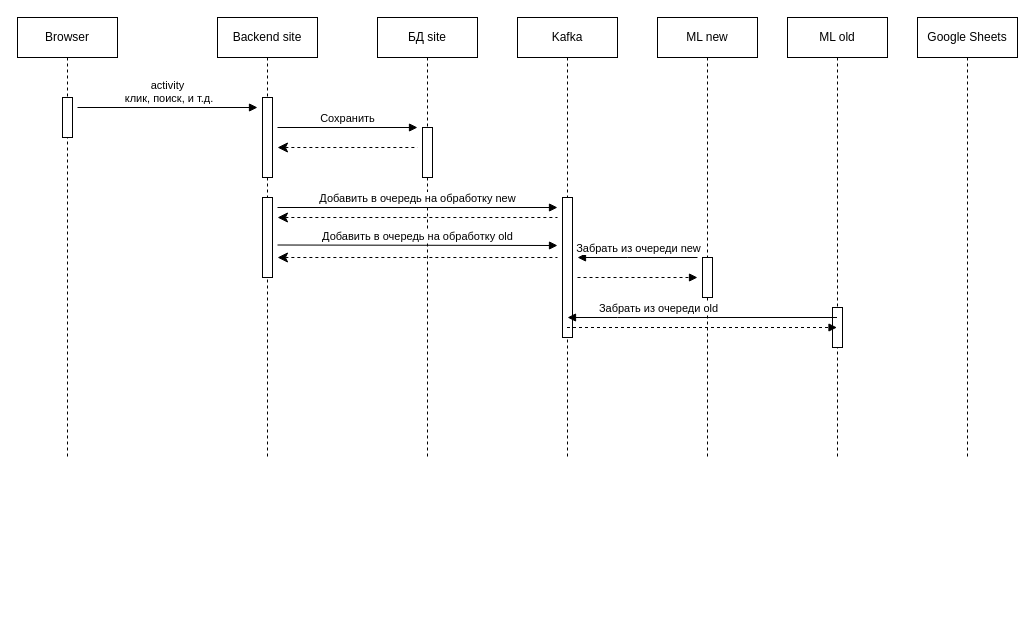
Earlier version of the draw.io diagram Диаграмма без названия.drawio (AleksandrChukhleb/test). Source tidied: cells renumbered, new cells numbered last; positions are measured from the earlier drawing's top-left corner, leaving out a move shared by most shapes. Both pictures are drawn from the tidied source at 100%, with x=0, y=0 at pixel (17, 17).
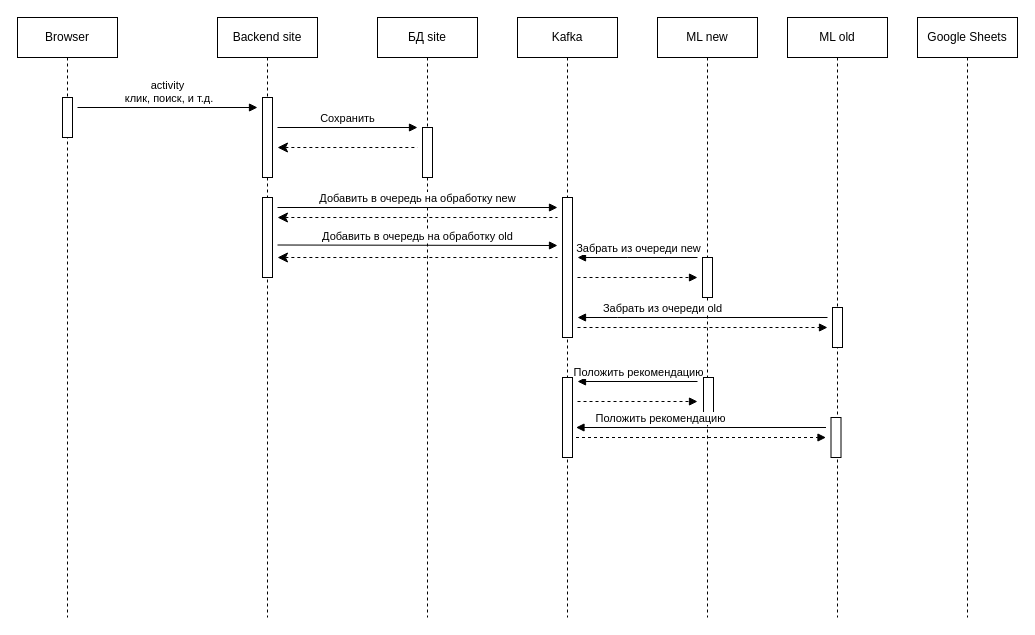
Above is the later version.

Diff of the diagram source:
```diff
@@
+    <mxCell id="15" value="ML old" style="shape=umlLifeline;perimeter=lifelinePerimeter;whiteSpace=wrap;html=1;outlineConnect=0;portConstraint=eastwest;newEdgeStyle={&quot;curved&quot;:0,&quot;rounded&quot;:0};" parent="1" vertex="1">
+      <mxGeometry x="770" width="100" height="600" as="geometry" />
+    </mxCell>
+    <mxCell id="16" style="html=1;perimeter=orthogonalPerimeter;targetShapes=umlLifeline;newEdgeStyle={&quot;curved&quot;:0,&quot;rounded&quot;:0};" parent="15" vertex="1">
+      <mxGeometry x="45" y="290" width="10" height="40" as="geometry" />
+    </mxCell>
     <mxCell id="2" value="Google Sheets" style="shape=umlLifeline;perimeter=lifelinePerimeter;whiteSpace=wrap;html=1;newEdgeStyle={&quot;curved&quot;:0,&quot;rounded&quot;:0};" parent="1" vertex="1">
-      <mxGeometry x="900" width="100" height="440" as="geometry" />
+      <mxGeometry x="900" width="100" height="600" as="geometry" />
     </mxCell>
     <mxCell id="3" value="Browser" style="shape=umlLifeline;perimeter=lifelinePerimeter;whiteSpace=wrap;html=1;newEdgeStyle={&quot;curved&quot;:0,&quot;rounded&quot;:0};" parent="1" vertex="1">
-      <mxGeometry width="100" height="440" as="geometry" />
+      <mxGeometry width="100" height="600" as="geometry" />
     </mxCell>
@@
     <mxCell id="5" value="Backend site" style="shape=umlLifeline;perimeter=lifelinePerimeter;whiteSpace=wrap;html=1;newEdgeStyle={&quot;curved&quot;:0,&quot;rounded&quot;:0};" parent="1" vertex="1">
-      <mxGeometry x="200" width="100" height="440" as="geometry" />
+      <mxGeometry x="200" width="100" height="600" as="geometry" />
     </mxCell>
@@
     <mxCell id="9" value="БД site" style="shape=umlLifeline;perimeter=lifelinePerimeter;whiteSpace=wrap;html=1;newEdgeStyle={&quot;curved&quot;:0,&quot;rounded&quot;:0};" parent="1" vertex="1">
-      <mxGeometry x="360" width="100" height="440" as="geometry" />
+      <mxGeometry x="360" width="100" height="600" as="geometry" />
     </mxCell>
@@
     <mxCell id="13" value="ML new" style="shape=umlLifeline;perimeter=lifelinePerimeter;whiteSpace=wrap;html=1;newEdgeStyle={&quot;curved&quot;:0,&quot;rounded&quot;:0};" parent="1" vertex="1">
-      <mxGeometry x="640" width="100" height="440" as="geometry" />
+      <mxGeometry x="640" width="100" height="600" as="geometry" />
     </mxCell>
@@
-    <mxCell id="15" value="ML old" style="shape=umlLifeline;perimeter=lifelinePerimeter;whiteSpace=wrap;html=1;outlineConnect=0;portConstraint=eastwest;newEdgeStyle={&quot;curved&quot;:0,&quot;rounded&quot;:0};" parent="1" vertex="1">
-      <mxGeometry x="770" width="100" height="440" as="geometry" />
-    </mxCell>
-    <mxCell id="16" style="html=1;perimeter=orthogonalPerimeter;targetShapes=umlLifeline;newEdgeStyle={&quot;curved&quot;:0,&quot;rounded&quot;:0};" parent="15" vertex="1">
-      <mxGeometry x="45" y="290" width="10" height="40" as="geometry" />
-    </mxCell>
+    <mxCell id="29" style="html=1;perimeter=orthogonalPerimeter;targetShapes=umlLifeline;newEdgeStyle={&quot;curved&quot;:0,&quot;rounded&quot;:0};" parent="13" vertex="1">
+      <mxGeometry x="46" y="360" width="10" height="40" as="geometry" />
+    </mxCell>
+    <mxCell id="30" style="html=1;verticalAlign=bottom;startArrow=none;startFill=0;endArrow=block;startSize=8;curved=0;rounded=0;dashed=1;" parent="13" edge="1">
+      <mxGeometry relative="1" as="geometry">
+        <mxPoint x="-81.5" y="420" as="sourcePoint" />
+        <mxPoint x="168.5" y="420" as="targetPoint" />
+        <Array as="points">
+          <mxPoint x="8.5" y="420" />
+        </Array>
+      </mxGeometry>
+    </mxCell>
+    <mxCell id="31" style="html=1;verticalAlign=bottom;startArrow=none;startFill=0;endArrow=block;startSize=8;curved=0;rounded=0;" parent="13" edge="1">
+      <mxGeometry relative="1" as="geometry">
+        <mxPoint x="168.5" y="410" as="sourcePoint" />
+        <mxPoint x="-81.5" y="410" as="targetPoint" />
+        <Array as="points">
+          <mxPoint x="-41.5" y="410" />
+        </Array>
+      </mxGeometry>
+    </mxCell>
+    <mxCell id="32" value="Положить рекомендацию" style="edgeLabel;html=1;align=center;verticalAlign=middle;" parent="31" vertex="1">
+      <mxGeometry x="0.32" y="2" relative="1" as="geometry">
+        <mxPoint x="-1" y="-12" as="offset" />
+      </mxGeometry>
+    </mxCell>
+    <mxCell id="33" style="html=1;perimeter=orthogonalPerimeter;targetShapes=umlLifeline;newEdgeStyle={&quot;curved&quot;:0,&quot;rounded&quot;:0};" parent="13" vertex="1">
+      <mxGeometry x="173.5" y="400" width="10" height="40" as="geometry" />
+    </mxCell>
     <mxCell id="17" value="Kafka" style="shape=umlLifeline;perimeter=lifelinePerimeter;whiteSpace=wrap;html=1;outlineConnect=0;portConstraint=eastwest;newEdgeStyle={&quot;curved&quot;:0,&quot;rounded&quot;:0};" parent="1" vertex="1">
-      <mxGeometry x="500" width="100" height="440" as="geometry" />
+      <mxGeometry x="500" width="100" height="600" as="geometry" />
     </mxCell>
@@
+    <mxCell id="34" style="html=1;perimeter=orthogonalPerimeter;targetShapes=umlLifeline;newEdgeStyle={&quot;curved&quot;:0,&quot;rounded&quot;:0};" parent="17" vertex="1">
+      <mxGeometry x="45" y="360" width="10" height="80" as="geometry" />
+    </mxCell>
@@
-    <mxCell id="22" style="html=1;verticalAlign=bottom;startArrow=none;startFill=0;endArrow=block;startSize=8;curved=0;rounded=0;dashed=1;" parent="1" edge="1" source="17" target="15">
+    <mxCell id="22" style="html=1;verticalAlign=bottom;startArrow=none;startFill=0;endArrow=block;startSize=8;curved=0;rounded=0;dashed=1;" parent="1" edge="1">
       <mxGeometry relative="1" as="geometry">
+        <mxPoint x="560" y="310" as="sourcePoint" />
+        <mxPoint x="810" y="310" as="targetPoint" />
         <Array as="points">
           <mxPoint x="650" y="310" />
         </Array>
       </mxGeometry>
     </mxCell>
@@
-    <mxCell id="27" style="html=1;verticalAlign=bottom;startArrow=none;startFill=0;endArrow=block;startSize=8;curved=0;rounded=0;" parent="1" edge="1" source="15">
+    <mxCell id="27" style="html=1;verticalAlign=bottom;startArrow=none;startFill=0;endArrow=block;startSize=8;curved=0;rounded=0;" parent="1" edge="1">
       <mxGeometry relative="1" as="geometry">
-        <mxPoint x="550" y="300" as="targetPoint" />
+        <mxPoint x="810" y="300" as="sourcePoint" />
+        <mxPoint x="560" y="300" as="targetPoint" />
         <Array as="points">
           <mxPoint x="600" y="300" />
         </Array>
       </mxGeometry>
     </mxCell>
@@
+    <mxCell id="35" style="html=1;verticalAlign=bottom;startArrow=none;startFill=0;endArrow=block;startSize=8;curved=0;rounded=0;dashed=1;" parent="1" edge="1">
+      <mxGeometry relative="1" as="geometry">
+        <mxPoint x="560" y="384" as="sourcePoint" />
+        <mxPoint x="680" y="384" as="targetPoint" />
+      </mxGeometry>
+    </mxCell>
+    <mxCell id="36" style="html=1;verticalAlign=bottom;startArrow=none;startFill=0;endArrow=block;startSize=8;curved=0;rounded=0;" parent="1" edge="1">
+      <mxGeometry relative="1" as="geometry">
+        <mxPoint x="680" y="364" as="sourcePoint" />
+        <mxPoint x="560" y="364" as="targetPoint" />
+      </mxGeometry>
+    </mxCell>
+    <mxCell id="37" value="Положить рекомендацию" style="edgeLabel;html=1;align=center;verticalAlign=middle;" parent="36" vertex="1">
+      <mxGeometry x="0.28" y="-2" relative="1" as="geometry">
+        <mxPoint x="17" y="-8" as="offset" />
+      </mxGeometry>
+    </mxCell>
```
